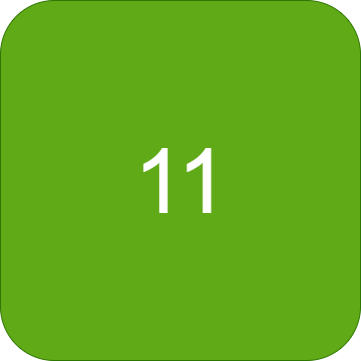
zintom69/Game-Rush-Hour keeps this draw.io diagram as Rush Hour Main/assets/MapButtons/11(B).png. Above is the earlier version. Source tidied: cells renumbered, new cells last; positions are measured from the earlier drawing's top-left corner, leaving out a move shared by most shapes. The source it was exported from:
```xml
<mxGraphModel>
  <root>
    <mxCell id="0" />
    <mxCell id="1" parent="0" />
    <mxCell id="2" value="&lt;span style=&quot;font-size: 90px;&quot;&gt;11&lt;/span&gt;" style="rounded=1;whiteSpace=wrap;html=1;fillColor=#60a917;fontColor=#ffffff;strokeColor=#2D7600;" parent="1" vertex="1">
      <mxGeometry width="360" height="360" as="geometry" />
    </mxCell>
  </root>
</mxGraphModel>
```
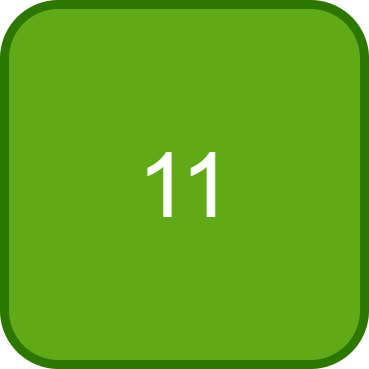
Above is the later version.

What changed in the source:
```diff
@@ -2,7 +2,7 @@
   <root>
     <mxCell id="0" />
     <mxCell id="1" parent="0" />
-    <mxCell id="2" value="&lt;span style=&quot;font-size: 90px;&quot;&gt;11&lt;/span&gt;" style="rounded=1;whiteSpace=wrap;html=1;fillColor=#60a917;fontColor=#ffffff;strokeColor=#2D7600;" parent="1" vertex="1">
+    <mxCell id="2" value="&lt;span style=&quot;font-size: 90px;&quot;&gt;11&lt;/span&gt;" style="rounded=1;whiteSpace=wrap;html=1;strokeWidth=9;fillColor=#60a917;fontColor=#ffffff;strokeColor=#2D7600;" parent="1" vertex="1">
       <mxGeometry width="360" height="360" as="geometry" />
     </mxCell>
   </root>
```
